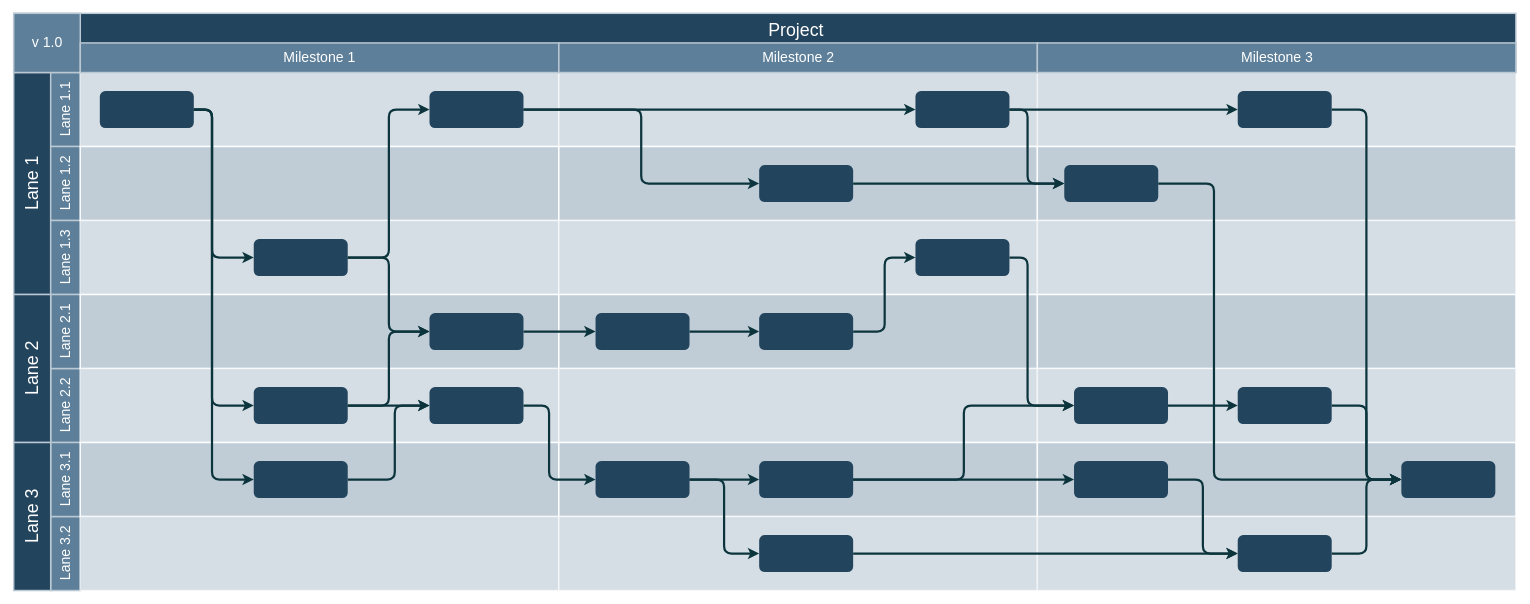
The draw.io diagram 未命名绘图.drawio in libo2452/hantanqing, before the edit. Source tidied: cells renumbered, new cells numbered last; positions are measured from the earlier drawing's top-left corner, leaving out a move shared by most shapes. Both pictures are drawn from the tidied source at 74%, with x=0, y=0 at pixel (13, 13).
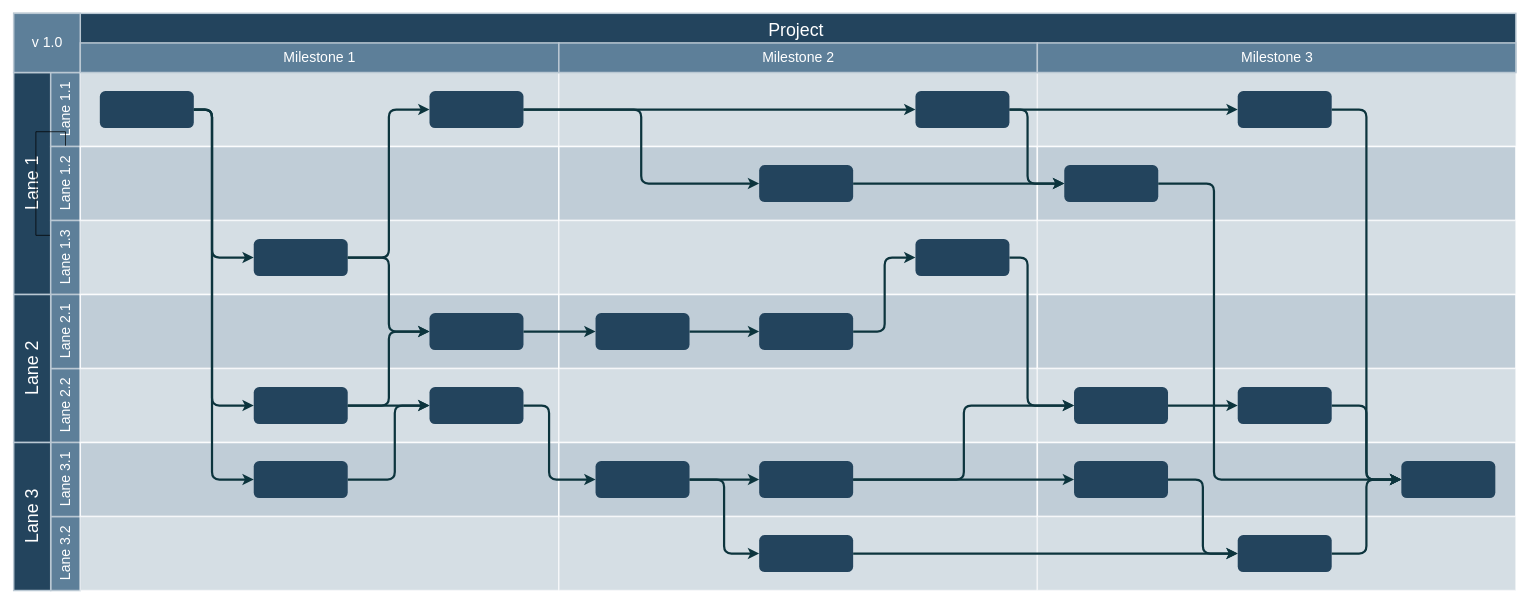
The same diagram, later.

Commit message:
更新未命名绘图.drawio

Unchanged cells that the change refers to:
```xml
<mxCell id="3" value="Lane 1" style="strokeColor=#BAC8D3;fillColor=#23445D;fontSize=24;strokeWidth=2;horizontal=0;fontFamily=Helvetica;html=1;fontColor=#FFFFFF;fontStyle=0;" parent="1" vertex="1">
  <mxGeometry y="80.5" width="50" height="300" as="geometry" />
</mxCell>
<mxCell id="6" value="Lane 1.2" style="strokeColor=#BAC8D3;fillColor=#5d7f99;fontSize=19;strokeWidth=2;horizontal=0;fontFamily=Helvetica;html=1;labelBackgroundColor=none;fontColor=#FFFFFF;" parent="1" vertex="1">
  <mxGeometry x="50" y="180.5" width="40" height="100" as="geometry" />
</mxCell>
```

Change to the diagram source:
```diff
@@
+    <mxCell id="90" style="edgeStyle=orthogonalEdgeStyle;rounded=0;jettySize=auto;html=1;" parent="1" edge="1" source="6" target="3">
+      <mxGeometry relative="1" as="geometry" />
+    </mxCell>
```
